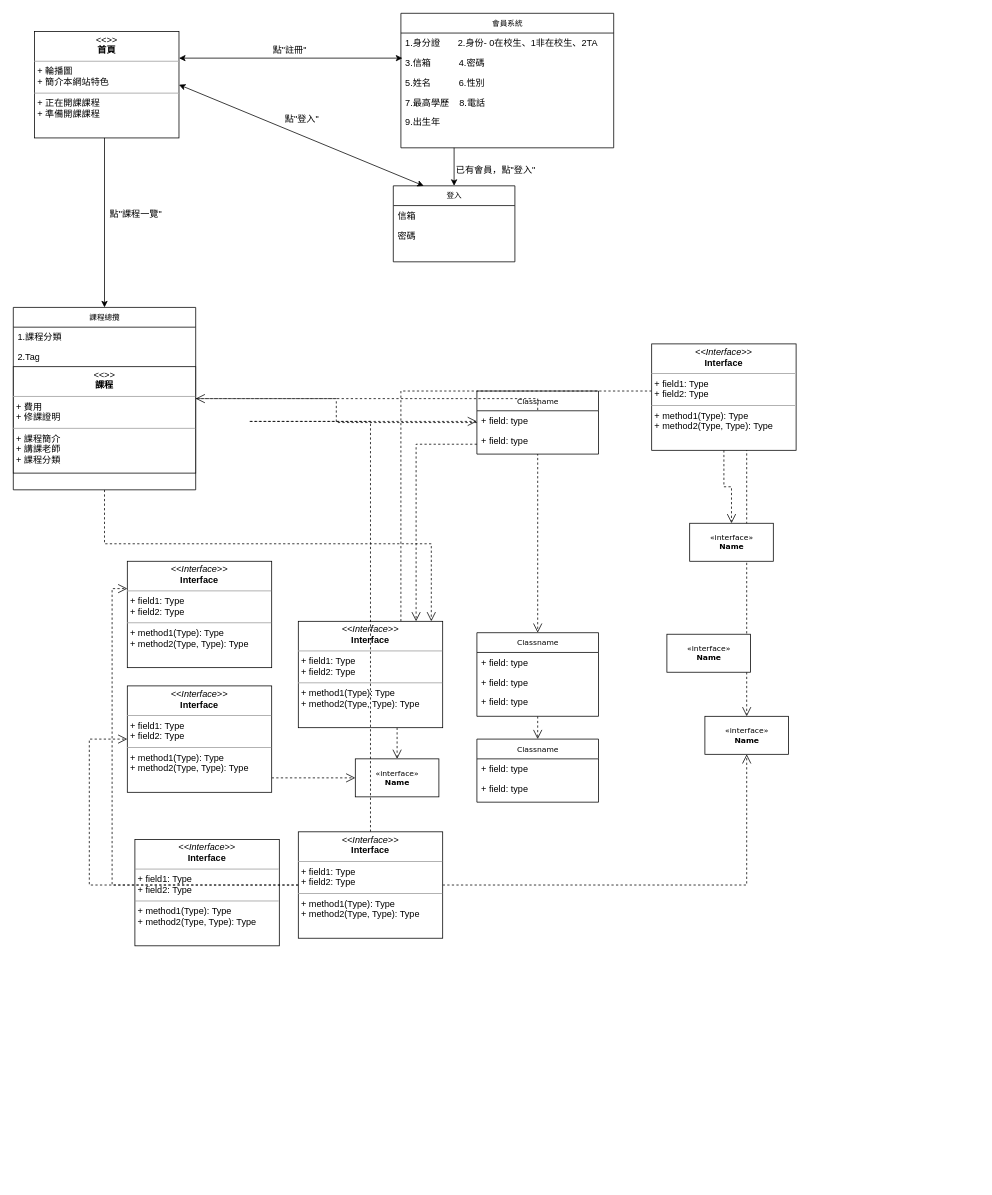
bloodangle/fisrt keeps this draw.io diagram as nthu_cloud.drawio. Above is the earlier version. Source tidied: cells renumbered, new cells numbered last; positions are measured from the earlier drawing's top-left corner, leaving out a move shared by most shapes. Both pictures are drawn from the tidied source at 76%, with x=0, y=0 at pixel (13, 13).
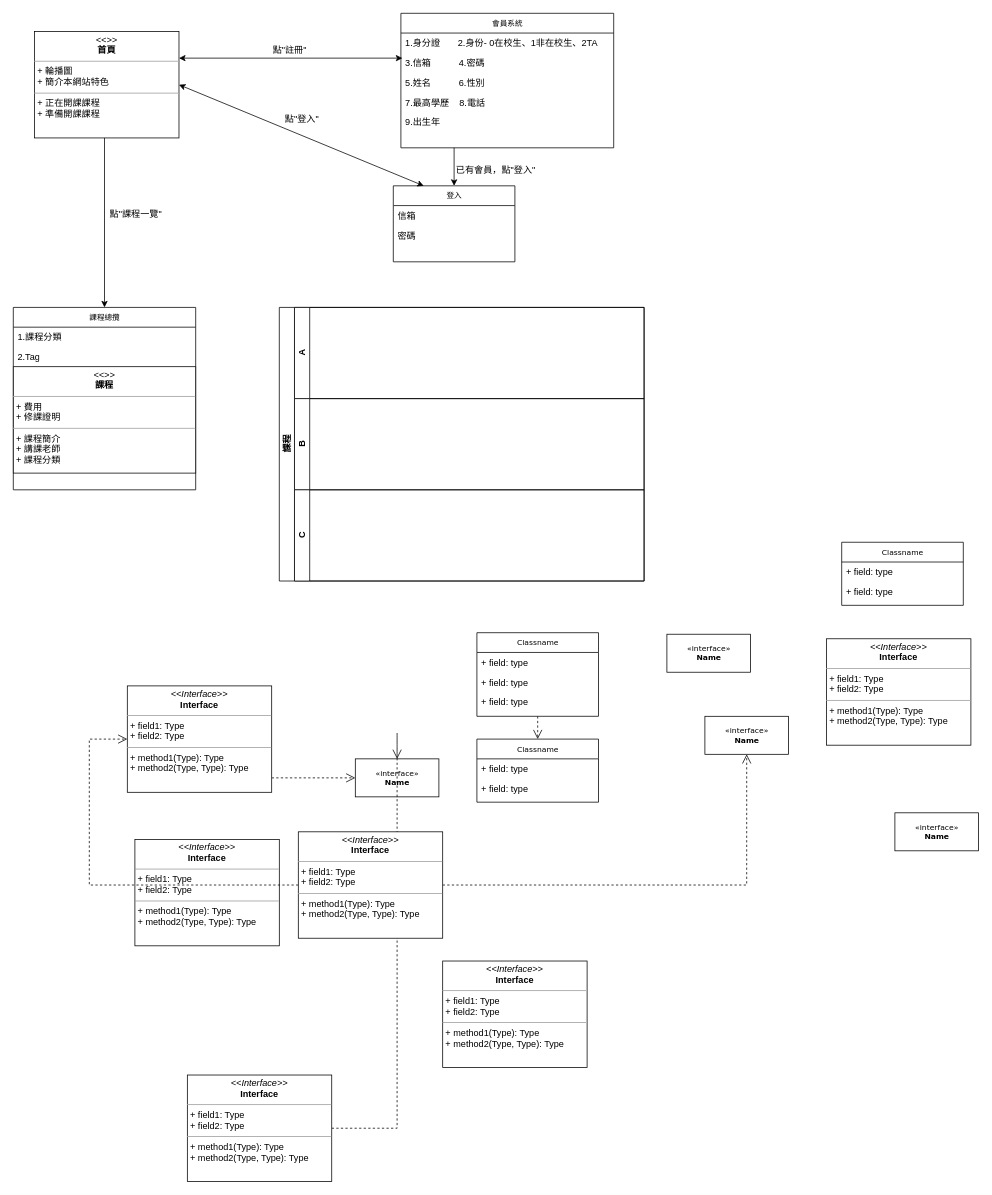
The same diagram, later.

The change refers to these unchanged cells:
```xml
<mxCell id="4" value="課程總攬" style="swimlane;html=1;fontStyle=0;horizontal=1;startSize=26;fillColor=none;swimlaneFillColor=#ffffff;rounded=0;shadow=0;comic=0;labelBackgroundColor=none;strokeColor=#000000;strokeWidth=1;fontFamily=Verdana;fontSize=10;fontColor=#000000;align=center;" parent="1" vertex="1">
  <mxGeometry y="387" width="240" height="240" as="geometry" />
</mxCell>
<mxCell id="15" value="Classname" style="swimlane;html=1;fontStyle=0;horizontal=1;startSize=26;fillColor=none;swimlaneFillColor=#ffffff;rounded=0;shadow=0;comic=0;labelBackgroundColor=none;strokeColor=#000000;strokeWidth=1;fontFamily=Verdana;fontSize=10;fontColor=#000000;align=center;" parent="1" vertex="1">
  <mxGeometry x="610" y="815" width="160" height="110" as="geometry" />
</mxCell>
<mxCell id="30" value="&amp;laquo;interface&amp;raquo;&lt;br&gt;&lt;b&gt;Name&lt;/b&gt;" style="html=1;rounded=0;shadow=0;comic=0;labelBackgroundColor=none;strokeColor=#000000;strokeWidth=1;fillColor=#ffffff;fontFamily=Verdana;fontSize=10;fontColor=#000000;align=center;" parent="1" vertex="1">
  <mxGeometry x="910" y="925" width="110" height="50" as="geometry" />
</mxCell>
<mxCell id="41" value="&lt;p style=&quot;margin:0px;margin-top:4px;text-align:center;&quot;&gt;&lt;i&gt;&amp;lt;&amp;lt;Interface&amp;gt;&amp;gt;&lt;/i&gt;&lt;br/&gt;&lt;b&gt;Interface&lt;/b&gt;&lt;/p&gt;&lt;hr size=&quot;1&quot;/&gt;&lt;p style=&quot;margin:0px;margin-left:4px;&quot;&gt;+ field1: Type&lt;br/&gt;+ field2: Type&lt;/p&gt;&lt;hr size=&quot;1&quot;/&gt;&lt;p style=&quot;margin:0px;margin-left:4px;&quot;&gt;+ method1(Type): Type&lt;br/&gt;+ method2(Type, Type): Type&lt;/p&gt;" style="verticalAlign=top;align=left;overflow=fill;fontSize=12;fontFamily=Helvetica;html=1;rounded=0;shadow=0;comic=0;labelBackgroundColor=none;strokeColor=#000000;strokeWidth=1;fillColor=#ffffff;" parent="1" vertex="1">
  <mxGeometry x="375" y="1077" width="190" height="140" as="geometry" />
</mxCell>
```

The edit, as a diff of the source:
```diff
@@
-    <mxCell id="2" style="edgeStyle=orthogonalEdgeStyle;rounded=0;html=1;dashed=1;labelBackgroundColor=none;startFill=0;endArrow=open;endFill=0;endSize=10;fontFamily=Verdana;fontSize=10;" parent="1" edge="1" source="4" target="26">
-      <mxGeometry relative="1" as="geometry">
-        <Array as="points">
-          <mxPoint x="550" y="698" />
-        </Array>
-      </mxGeometry>
-    </mxCell>
-    <mxCell id="3" style="edgeStyle=orthogonalEdgeStyle;rounded=0;html=1;dashed=1;labelBackgroundColor=none;startFill=0;endArrow=open;endFill=0;endSize=10;fontFamily=Verdana;fontSize=10;" parent="1" edge="1" source="4" target="15">
-      <mxGeometry relative="1" as="geometry" />
-    </mxCell>
@@
-    <mxCell id="19" style="edgeStyle=orthogonalEdgeStyle;rounded=0;html=1;dashed=1;labelBackgroundColor=none;startFill=0;endArrow=open;endFill=0;endSize=10;fontFamily=Verdana;fontSize=10;" parent="1" edge="1" source="20" target="4">
-      <mxGeometry relative="1" as="geometry" />
-    </mxCell>
     <mxCell id="20" value="Classname" style="swimlane;html=1;fontStyle=0;horizontal=1;startSize=26;fillColor=none;swimlaneFillColor=#ffffff;rounded=0;shadow=0;comic=0;labelBackgroundColor=none;strokeColor=#000000;strokeWidth=1;fontFamily=Verdana;fontSize=10;fontColor=#000000;align=center;" parent="1" vertex="1">
-      <mxGeometry x="610" y="497" width="160" height="83" as="geometry" />
+      <mxGeometry x="1090" y="696" width="160" height="83" as="geometry" />
     </mxCell>
@@
-    <mxCell id="25" style="edgeStyle=orthogonalEdgeStyle;rounded=0;html=1;dashed=1;labelBackgroundColor=none;startFill=0;endArrow=open;endFill=0;endSize=10;fontFamily=Verdana;fontSize=10;" parent="1" edge="1" source="26" target="30">
-      <mxGeometry relative="1" as="geometry">
-        <Array as="points">
-          <mxPoint x="510" y="497" />
-        </Array>
-      </mxGeometry>
-    </mxCell>
     <mxCell id="26" value="&lt;p style=&quot;margin:0px;margin-top:4px;text-align:center;&quot;&gt;&lt;i&gt;&amp;lt;&amp;lt;Interface&amp;gt;&amp;gt;&lt;/i&gt;&lt;br/&gt;&lt;b&gt;Interface&lt;/b&gt;&lt;/p&gt;&lt;hr size=&quot;1&quot;/&gt;&lt;p style=&quot;margin:0px;margin-left:4px;&quot;&gt;+ field1: Type&lt;br/&gt;+ field2: Type&lt;/p&gt;&lt;hr size=&quot;1&quot;/&gt;&lt;p style=&quot;margin:0px;margin-left:4px;&quot;&gt;+ method1(Type): Type&lt;br/&gt;+ method2(Type, Type): Type&lt;/p&gt;" style="verticalAlign=top;align=left;overflow=fill;fontSize=12;fontFamily=Helvetica;html=1;rounded=0;shadow=0;comic=0;labelBackgroundColor=none;strokeColor=#000000;strokeWidth=1;fillColor=#ffffff;" parent="1" vertex="1">
-      <mxGeometry x="375" y="800" width="190" height="140" as="geometry" />
+      <mxGeometry x="229" y="1397" width="190" height="140" as="geometry" />
     </mxCell>
@@
     <mxCell id="29" value="&lt;p style=&quot;margin:0px;margin-top:4px;text-align:center;&quot;&gt;&lt;i&gt;&amp;lt;&amp;lt;Interface&amp;gt;&amp;gt;&lt;/i&gt;&lt;br/&gt;&lt;b&gt;Interface&lt;/b&gt;&lt;/p&gt;&lt;hr size=&quot;1&quot;/&gt;&lt;p style=&quot;margin:0px;margin-left:4px;&quot;&gt;+ field1: Type&lt;br/&gt;+ field2: Type&lt;/p&gt;&lt;hr size=&quot;1&quot;/&gt;&lt;p style=&quot;margin:0px;margin-left:4px;&quot;&gt;+ method1(Type): Type&lt;br/&gt;+ method2(Type, Type): Type&lt;/p&gt;" style="verticalAlign=top;align=left;overflow=fill;fontSize=12;fontFamily=Helvetica;html=1;rounded=0;shadow=0;comic=0;labelBackgroundColor=none;strokeColor=#000000;strokeWidth=1;fillColor=#ffffff;" parent="1" vertex="1">
-      <mxGeometry x="150" y="721" width="190" height="140" as="geometry" />
+      <mxGeometry x="565" y="1247" width="190" height="140" as="geometry" />
     </mxCell>
@@
-    <mxCell id="32" style="edgeStyle=orthogonalEdgeStyle;rounded=0;html=1;dashed=1;labelBackgroundColor=none;startFill=0;endArrow=open;endFill=0;endSize=10;fontFamily=Verdana;fontSize=10;" parent="1" edge="1" source="33" target="34">
-      <mxGeometry relative="1" as="geometry" />
-    </mxCell>
     <mxCell id="33" value="&lt;p style=&quot;margin:0px;margin-top:4px;text-align:center;&quot;&gt;&lt;i&gt;&amp;lt;&amp;lt;Interface&amp;gt;&amp;gt;&lt;/i&gt;&lt;br/&gt;&lt;b&gt;Interface&lt;/b&gt;&lt;/p&gt;&lt;hr size=&quot;1&quot;/&gt;&lt;p style=&quot;margin:0px;margin-left:4px;&quot;&gt;+ field1: Type&lt;br/&gt;+ field2: Type&lt;/p&gt;&lt;hr size=&quot;1&quot;/&gt;&lt;p style=&quot;margin:0px;margin-left:4px;&quot;&gt;+ method1(Type): Type&lt;br/&gt;+ method2(Type, Type): Type&lt;/p&gt;" style="verticalAlign=top;align=left;overflow=fill;fontSize=12;fontFamily=Helvetica;html=1;rounded=0;shadow=0;comic=0;labelBackgroundColor=none;strokeColor=#000000;strokeWidth=1;fillColor=#ffffff;" parent="1" vertex="1">
-      <mxGeometry x="840" y="435" width="190" height="140" as="geometry" />
+      <mxGeometry x="1070" y="823" width="190" height="140" as="geometry" />
     </mxCell>
     <mxCell id="34" value="&amp;laquo;interface&amp;raquo;&lt;br&gt;&lt;b&gt;Name&lt;/b&gt;" style="html=1;rounded=0;shadow=0;comic=0;labelBackgroundColor=none;strokeColor=#000000;strokeWidth=1;fillColor=#ffffff;fontFamily=Verdana;fontSize=10;fontColor=#000000;align=center;" parent="1" vertex="1">
-      <mxGeometry x="890" y="671" width="110" height="50" as="geometry" />
+      <mxGeometry x="1160" y="1052" width="110" height="50" as="geometry" />
     </mxCell>
@@
-    <mxCell id="38" style="edgeStyle=orthogonalEdgeStyle;rounded=0;html=1;dashed=1;labelBackgroundColor=none;startFill=0;endArrow=open;endFill=0;endSize=10;fontFamily=Verdana;fontSize=10;" parent="1" edge="1" source="41" target="20">
-      <mxGeometry relative="1" as="geometry">
-        <Array as="points">
-          <mxPoint x="310" y="537" />
-          <mxPoint x="310" y="537" />
-        </Array>
-      </mxGeometry>
-    </mxCell>
-    <mxCell id="39" style="edgeStyle=orthogonalEdgeStyle;rounded=0;html=1;dashed=1;labelBackgroundColor=none;startFill=0;endArrow=open;endFill=0;endSize=10;fontFamily=Verdana;fontSize=10;" parent="1" edge="1" source="41" target="29">
-      <mxGeometry relative="1" as="geometry">
-        <Array as="points">
-          <mxPoint x="130" y="757" />
-        </Array>
-      </mxGeometry>
-    </mxCell>
@@
-    <mxCell id="42" style="edgeStyle=orthogonalEdgeStyle;rounded=0;html=1;dashed=1;labelBackgroundColor=none;startFill=0;endArrow=open;endFill=0;endSize=10;fontFamily=Verdana;fontSize=10;" parent="1" edge="1" source="20" target="26">
-      <mxGeometry relative="1" as="geometry">
-        <Array as="points">
-          <mxPoint x="530" y="567" />
-        </Array>
-      </mxGeometry>
-    </mxCell>
@@
+    <mxCell id="57" value="課程&lt;br&gt;" style="swimlane;html=1;horizontal=0;startSize=20;" parent="1" vertex="1">
+      <mxGeometry x="350" y="387" width="480" height="360" as="geometry" />
+    </mxCell>
+    <mxCell id="58" value="A" style="swimlane;html=1;startSize=20;horizontal=0;" parent="57" vertex="1">
+      <mxGeometry x="20" width="460" height="120" as="geometry" />
+    </mxCell>
+    <mxCell id="59" value="B&lt;br&gt;" style="swimlane;html=1;startSize=20;horizontal=0;" parent="57" vertex="1">
+      <mxGeometry x="20" y="120" width="460" height="120" as="geometry" />
+    </mxCell>
+    <mxCell id="60" value="C&lt;br&gt;" style="swimlane;html=1;startSize=20;horizontal=0;" parent="57" vertex="1">
+      <mxGeometry x="20" y="240" width="460" height="120" as="geometry" />
+    </mxCell>
```
